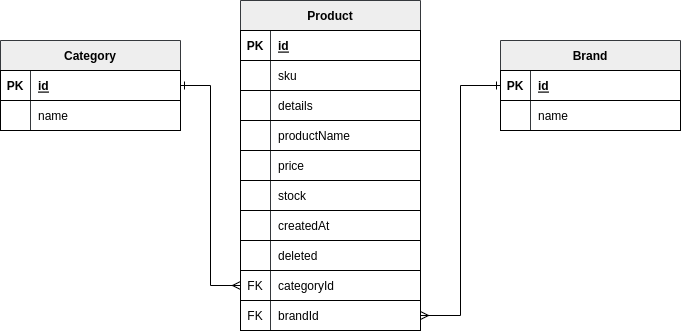
This is database/logical_model.drawio.png from jhordyess/mini-pern, a draw.io export, as it was before one commit. Source tidied: cells renumbered, new cells last; positions are measured from the earlier drawing's top-left corner, leaving out a move shared by most shapes.
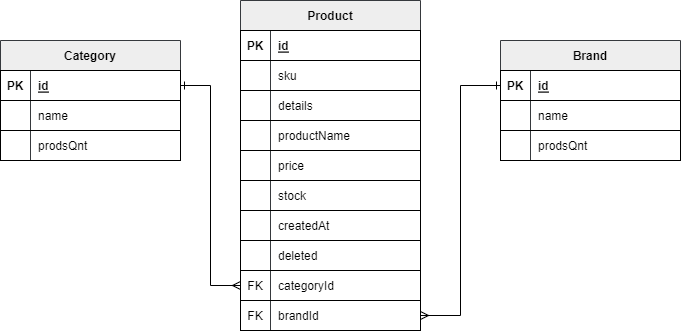
The same diagram one commit later.

The edit, as a diff of the source:
```diff
@@ -102,7 +102,7 @@
       <mxGeometry relative="1" as="geometry" />
     </mxCell>
     <mxCell id="35" value="Category" style="shape=table;startSize=30;rowLines=0;fontStyle=1;align=center;fillColor=#eeeeee;strokeColor=#36393d;" parent="1" vertex="1">
-      <mxGeometry y="40" width="180" height="90" as="geometry" />
+      <mxGeometry y="40" width="180" height="120" as="geometry" />
     </mxCell>
     <mxCell id="36" style="shape=tableRow;horizontal=0;startSize=0;swimlaneHead=0;swimlaneBody=0;fillColor=none;points=[[0,0.5],[1,0.5]];portConstraint=eastwest;top=0;left=0;right=0;bottom=1;" parent="35" vertex="1">
       <mxGeometry y="30" width="180" height="30" as="geometry" />
@@ -122,11 +122,20 @@
     <mxCell id="41" value="name" style="shape=partialRectangle;fillColor=none;top=0;left=0;bottom=0;right=0;align=left;spacingLeft=6;overflow=hidden;" parent="39" vertex="1">
       <mxGeometry x="30" width="150" height="30" as="geometry" />
     </mxCell>
+    <mxCell id="50" style="shape=tableRow;horizontal=0;startSize=0;swimlaneHead=0;swimlaneBody=0;fillColor=none;top=0;left=0;right=0;bottom=0;" parent="35" vertex="1">
+      <mxGeometry y="90" width="180" height="30" as="geometry" />
+    </mxCell>
+    <mxCell id="51" style="shape=partialRectangle;fillColor=none;top=0;left=0;bottom=0;right=0;overflow=hidden;" parent="50" vertex="1">
+      <mxGeometry width="30" height="30" as="geometry" />
+    </mxCell>
+    <mxCell id="52" value="prodsQnt" style="shape=partialRectangle;fillColor=none;top=0;left=0;bottom=0;right=0;align=left;spacingLeft=6;overflow=hidden;" parent="50" vertex="1">
+      <mxGeometry x="30" width="150" height="30" as="geometry" />
+    </mxCell>
     <mxCell id="42" style="edgeStyle=orthogonalEdgeStyle;rounded=0;jettySize=auto;html=1;exitX=0;exitY=0.5;exitDx=0;exitDy=0;startArrow=ERone;startFill=0;endArrow=ERmany;endFill=0;" parent="1" edge="1" source="44" target="31">
       <mxGeometry relative="1" as="geometry" />
     </mxCell>
     <mxCell id="43" value="Brand" style="shape=table;startSize=30;rowLines=0;fontStyle=1;align=center;fillColor=#eeeeee;strokeColor=#36393d;" parent="1" vertex="1">
-      <mxGeometry x="500" y="40" width="180" height="90" as="geometry" />
+      <mxGeometry x="500" y="40" width="180" height="120" as="geometry" />
     </mxCell>
     <mxCell id="44" style="shape=tableRow;horizontal=0;startSize=0;swimlaneHead=0;swimlaneBody=0;fillColor=none;points=[[0,0.5],[1,0.5]];portConstraint=eastwest;top=0;left=0;right=0;bottom=1;" parent="43" vertex="1">
       <mxGeometry y="30" width="180" height="30" as="geometry" />
@@ -146,5 +155,14 @@
     <mxCell id="49" value="name" style="shape=partialRectangle;fillColor=none;top=0;left=0;bottom=0;right=0;align=left;spacingLeft=6;overflow=hidden;" parent="47" vertex="1">
       <mxGeometry x="30" width="150" height="30" as="geometry" />
     </mxCell>
+    <mxCell id="53" style="shape=tableRow;horizontal=0;startSize=0;swimlaneHead=0;swimlaneBody=0;fillColor=none;top=0;left=0;right=0;bottom=0;" parent="43" vertex="1">
+      <mxGeometry y="90" width="180" height="30" as="geometry" />
+    </mxCell>
+    <mxCell id="54" style="shape=partialRectangle;fillColor=none;top=0;left=0;bottom=0;right=0;overflow=hidden;" parent="53" vertex="1">
+      <mxGeometry width="30" height="30" as="geometry" />
+    </mxCell>
+    <mxCell id="55" value="prodsQnt" style="shape=partialRectangle;fillColor=none;top=0;left=0;bottom=0;right=0;align=left;spacingLeft=6;overflow=hidden;" parent="53" vertex="1">
+      <mxGeometry x="30" width="150" height="30" as="geometry" />
+    </mxCell>
   </root>
 </mxGraphModel>
```
